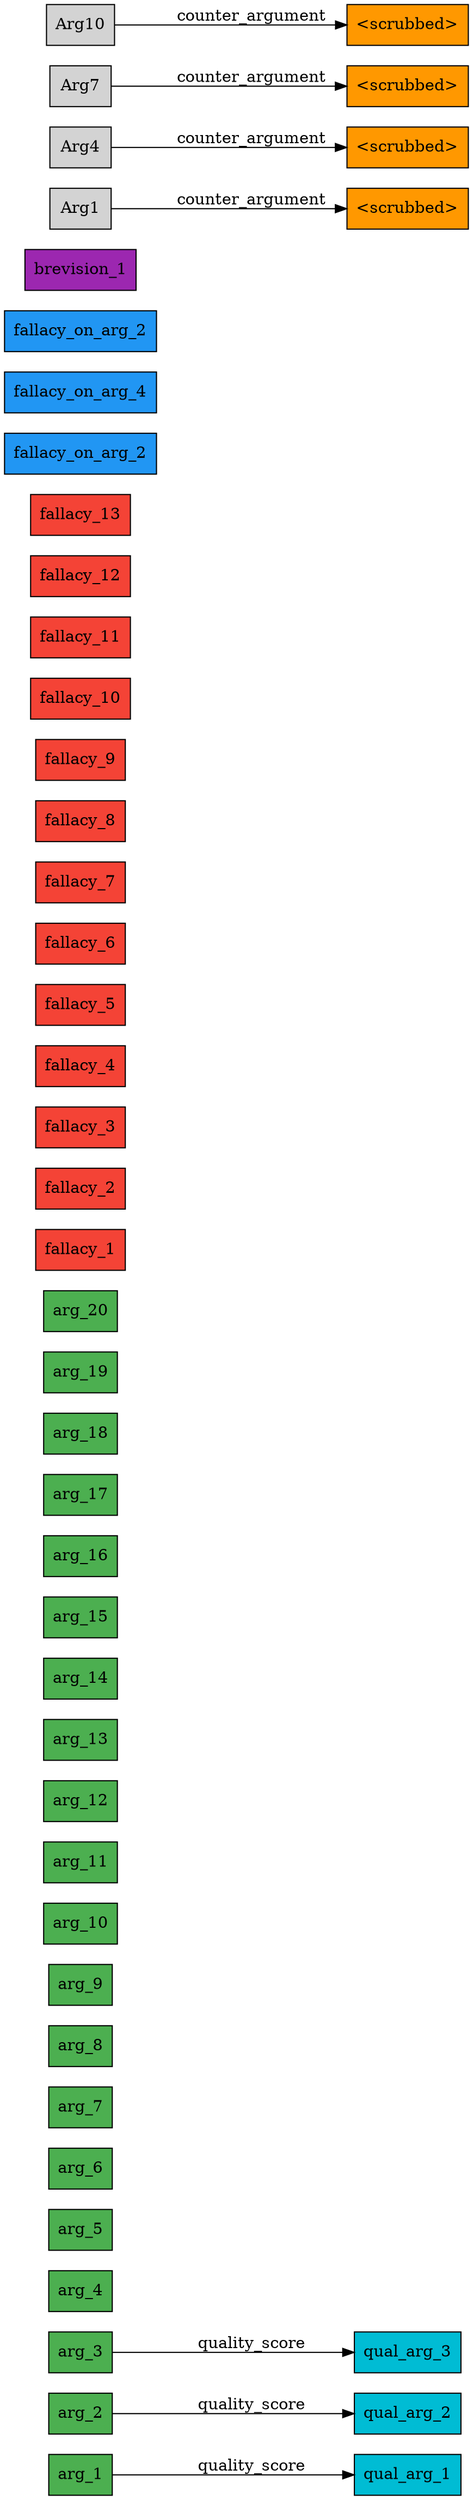
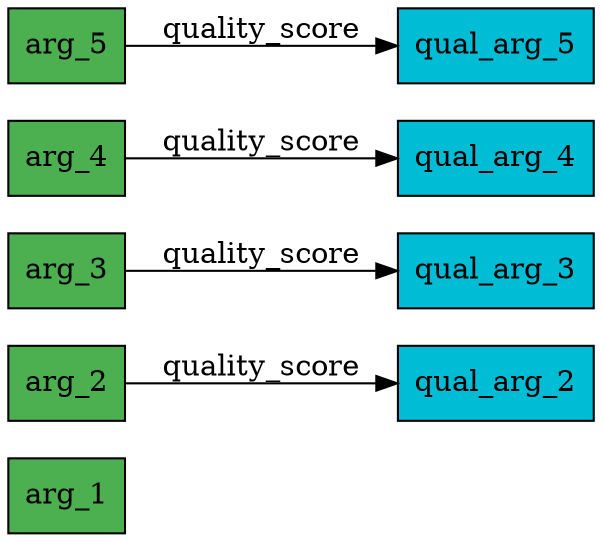
digraph CrossReference {
  rankdir=LR;
  node [shape=box, style=filled];

  arg_1 [label="arg_1", fillcolor="#4CAF50"];
  arg_2 [label="arg_2", fillcolor="#4CAF50"];
  arg_3 [label="arg_3", fillcolor="#4CAF50"];
  arg_4 [label="arg_4", fillcolor="#4CAF50"];
  arg_5 [label="arg_5", fillcolor="#4CAF50"];
-   arg_6 [label="arg_6", fillcolor="#4CAF50"];
-   arg_7 [label="arg_7", fillcolor="#4CAF50"];
-   arg_8 [label="arg_8", fillcolor="#4CAF50"];
-   arg_9 [label="arg_9", fillcolor="#4CAF50"];
-   arg_10 [label="arg_10", fillcolor="#4CAF50"];
-   arg_11 [label="arg_11", fillcolor="#4CAF50"];
-   arg_12 [label="arg_12", fillcolor="#4CAF50"];
-   arg_13 [label="arg_13", fillcolor="#4CAF50"];
-   arg_14 [label="arg_14", fillcolor="#4CAF50"];
-   arg_15 [label="arg_15", fillcolor="#4CAF50"];
-   arg_16 [label="arg_16", fillcolor="#4CAF50"];
-   arg_17 [label="arg_17", fillcolor="#4CAF50"];
-   arg_18 [label="arg_18", fillcolor="#4CAF50"];
-   arg_19 [label="arg_19", fillcolor="#4CAF50"];
-   arg_20 [label="arg_20", fillcolor="#4CAF50"];
-   fallacy_1 [label="fallacy_1", fillcolor="#F44336"];
-   fallacy_2 [label="fallacy_2", fillcolor="#F44336"];
-   fallacy_3 [label="fallacy_3", fillcolor="#F44336"];
-   fallacy_4 [label="fallacy_4", fillcolor="#F44336"];
-   fallacy_5 [label="fallacy_5", fillcolor="#F44336"];
-   fallacy_6 [label="fallacy_6", fillcolor="#F44336"];
-   fallacy_7 [label="fallacy_7", fillcolor="#F44336"];
-   fallacy_8 [label="fallacy_8", fillcolor="#F44336"];
-   fallacy_9 [label="fallacy_9", fillcolor="#F44336"];
-   fallacy_10 [label="fallacy_10", fillcolor="#F44336"];
-   fallacy_11 [label="fallacy_11", fillcolor="#F44336"];
-   fallacy_12 [label="fallacy_12", fillcolor="#F44336"];
-   fallacy_13 [label="fallacy_13", fillcolor="#F44336"];
-   jtms_1 [label="fallacy_on_arg_2", fillcolor="#2196F3"];
-   jtms_2 [label="fallacy_on_arg_4", fillcolor="#2196F3"];
-   jtms_3 [label="fallacy_on_arg_2", fillcolor="#2196F3"];
-   brevision_1 [label="brevision_1", fillcolor="#9C27B0"];
-   ca_1 [label="<scrubbed>", fillcolor="#FF9800"];
-   ca_2 [label="<scrubbed>", fillcolor="#FF9800"];
-   ca_3 [label="<scrubbed>", fillcolor="#FF9800"];
-   ca_4 [label="<scrubbed>", fillcolor="#FF9800"];
-   qual_arg_1 [label="qual_arg_1", fillcolor="#00BCD4"];
  qual_arg_2 [label="qual_arg_2", fillcolor="#00BCD4"];
  qual_arg_3 [label="qual_arg_3", fillcolor="#00BCD4"];
+   qual_arg_4 [label="qual_arg_4", fillcolor="#00BCD4"];
+   qual_arg_5 [label="qual_arg_5", fillcolor="#00BCD4"];

-   Arg1 -> ca_1 [label="counter_argument"];
-   Arg4 -> ca_2 [label="counter_argument"];
-   Arg7 -> ca_3 [label="counter_argument"];
-   Arg10 -> ca_4 [label="counter_argument"];
-   arg_1 -> qual_arg_1 [label="quality_score"];
  arg_2 -> qual_arg_2 [label="quality_score"];
  arg_3 -> qual_arg_3 [label="quality_score"];
+   arg_4 -> qual_arg_4 [label="quality_score"];
+   arg_5 -> qual_arg_5 [label="quality_score"];
}